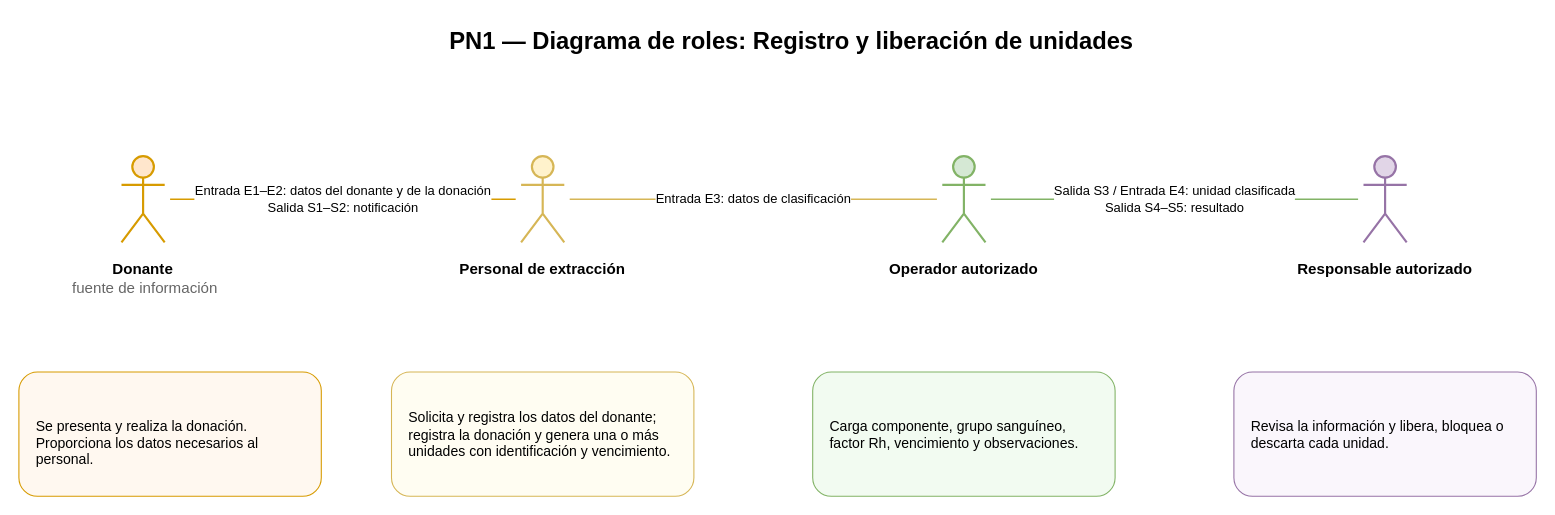
Before: Diagramas/Secuencia de Roles/PN1_DiagramaRoles.drawio in juanNH/Ingenieria-de-Software, a draw.io diagram. Source tidied: cells renumbered, new cells numbered last; positions are measured from the earlier drawing's top-left corner, leaving out a move shared by most shapes. Both pictures are drawn from the tidied source at 108%, with x=0, y=0 at pixel (18, 18).
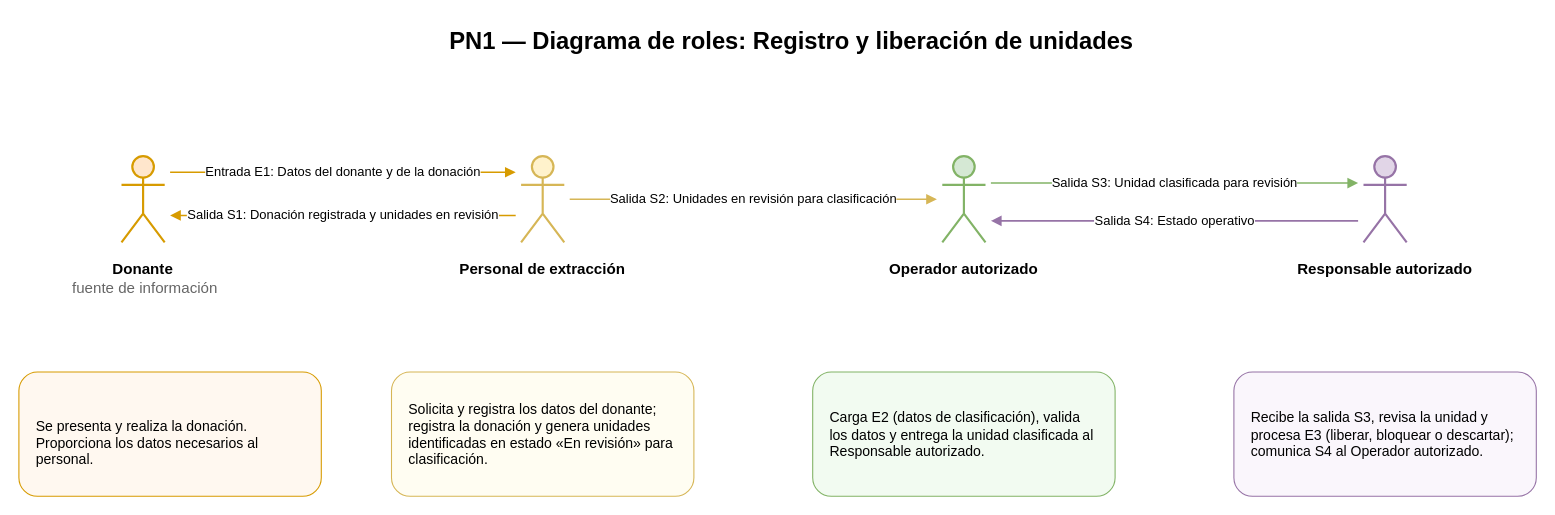
The same page after the edit.

What changed in the source:
```diff
@@
-    <mxCell id="11" value="Entrada E1–E2: datos del donante y de la donación&lt;br&gt;Salida S1–S2: notificación" style="edgeStyle=orthogonalEdgeStyle;rounded=0;html=1;endArrow=none;strokeColor=#d79b00;strokeWidth=1.5;fontSize=12;fontFamily=Arial;labelBackgroundColor=#ffffff;" parent="1" edge="1">
-      <mxGeometry relative="1" as="geometry">
-        <mxPoint x="140" y="167" as="sourcePoint" />
-        <mxPoint x="460" y="167" as="targetPoint" />
-      </mxGeometry>
-    </mxCell>
-    <mxCell id="12" value="Entrada E3: datos de clasificación" style="edgeStyle=orthogonalEdgeStyle;rounded=0;html=1;endArrow=none;strokeColor=#d6b656;strokeWidth=1.5;fontSize=12;fontFamily=Arial;labelBackgroundColor=#ffffff;" parent="1" edge="1">
-      <mxGeometry relative="1" as="geometry">
-        <mxPoint x="510" y="167" as="sourcePoint" />
-        <mxPoint x="850" y="167" as="targetPoint" />
-      </mxGeometry>
-    </mxCell>
-    <mxCell id="13" value="Salida S3 / Entrada E4: unidad clasificada&lt;br&gt;Salida S4–S5: resultado" style="edgeStyle=orthogonalEdgeStyle;rounded=0;html=1;endArrow=none;strokeColor=#82b366;strokeWidth=1.5;fontSize=12;fontFamily=Arial;labelBackgroundColor=#ffffff;" parent="1" edge="1">
-      <mxGeometry relative="1" as="geometry">
-        <mxPoint x="900" y="167" as="sourcePoint" />
-        <mxPoint x="1240" y="167" as="targetPoint" />
-      </mxGeometry>
-    </mxCell>
+    <mxCell id="18" value="Entrada E1: Datos del donante y de la donación" style="edgeStyle=orthogonalEdgeStyle;rounded=0;html=1;endArrow=block;endFill=1;strokeColor=#d79b00;strokeWidth=1.5;fontSize=12;fontFamily=Arial;labelBackgroundColor=#ffffff;" parent="1" edge="1">
+      <mxGeometry relative="1" as="geometry">
+        <mxPoint x="140" y="142" as="sourcePoint" />
+        <mxPoint x="460" y="142" as="targetPoint" />
+      </mxGeometry>
+    </mxCell>
+    <mxCell id="19" value="Salida S1: Donación registrada y unidades en revisión" style="edgeStyle=orthogonalEdgeStyle;rounded=0;html=1;endArrow=block;endFill=1;strokeColor=#d79b00;strokeWidth=1.5;fontSize=12;fontFamily=Arial;labelBackgroundColor=#ffffff;" parent="1" edge="1">
+      <mxGeometry relative="1" as="geometry">
+        <mxPoint x="460" y="182" as="sourcePoint" />
+        <mxPoint x="140" y="182" as="targetPoint" />
+      </mxGeometry>
+    </mxCell>
+    <mxCell id="20" value="Salida S2: Unidades en revisión para clasificación" style="edgeStyle=orthogonalEdgeStyle;rounded=0;html=1;endArrow=block;endFill=1;strokeColor=#d6b656;strokeWidth=1.5;fontSize=12;fontFamily=Arial;labelBackgroundColor=#ffffff;" parent="1" edge="1">
+      <mxGeometry relative="1" as="geometry">
+        <mxPoint x="510" y="167" as="sourcePoint" />
+        <mxPoint x="850" y="167" as="targetPoint" />
+      </mxGeometry>
+    </mxCell>
+    <mxCell id="21" value="Salida S3: Unidad clasificada para revisión" style="edgeStyle=orthogonalEdgeStyle;rounded=0;html=1;endArrow=block;endFill=1;strokeColor=#82b366;strokeWidth=1.5;fontSize=12;fontFamily=Arial;labelBackgroundColor=#ffffff;" parent="1" edge="1">
+      <mxGeometry relative="1" as="geometry">
+        <mxPoint x="900" y="152" as="sourcePoint" />
+        <mxPoint x="1240" y="152" as="targetPoint" />
+      </mxGeometry>
+    </mxCell>
+    <mxCell id="22" value="Salida S4: Estado operativo" style="edgeStyle=orthogonalEdgeStyle;rounded=0;html=1;endArrow=block;endFill=1;strokeColor=#9673a6;strokeWidth=1.5;fontSize=12;fontFamily=Arial;labelBackgroundColor=#ffffff;" parent="1" edge="1">
+      <mxGeometry relative="1" as="geometry">
+        <mxPoint x="1240" y="187" as="sourcePoint" />
+        <mxPoint x="900" y="187" as="targetPoint" />
+      </mxGeometry>
+    </mxCell>
@@
-    <mxCell id="15" value="Solicita y registra los datos del donante; registra la donación y genera una o más unidades con identificación y vencimiento." style="rounded=1;whiteSpace=wrap;html=1;fillColor=#fffdf2;strokeColor=#d6b656;fontSize=13;fontFamily=Arial;align=left;verticalAlign=middle;spacingLeft=14;spacingRight=14;" parent="1" vertex="1">
+    <mxCell id="15" value="Solicita y registra los datos del donante; registra la donación y genera unidades identificadas en estado «En revisión» para clasificación." style="rounded=1;whiteSpace=wrap;html=1;fillColor=#fffdf2;strokeColor=#d6b656;fontSize=13;fontFamily=Arial;align=left;verticalAlign=middle;spacingLeft=14;spacingRight=14;" parent="1" vertex="1">
       <mxGeometry x="345" y="327" width="280" height="115" as="geometry" />
     </mxCell>
-    <mxCell id="16" value="Carga componente, grupo sanguíneo, factor Rh, vencimiento y observaciones." style="rounded=1;whiteSpace=wrap;html=1;fillColor=#f2fbf1;strokeColor=#82b366;fontSize=13;fontFamily=Arial;align=left;verticalAlign=middle;spacingLeft=14;spacingRight=14;" parent="1" vertex="1">
+    <mxCell id="16" value="Carga E2 (datos de clasificación), valida los datos y entrega la unidad clasificada al Responsable autorizado." style="rounded=1;whiteSpace=wrap;html=1;fillColor=#f2fbf1;strokeColor=#82b366;fontSize=13;fontFamily=Arial;align=left;verticalAlign=middle;spacingLeft=14;spacingRight=14;" parent="1" vertex="1">
       <mxGeometry x="735" y="327" width="280" height="115" as="geometry" />
     </mxCell>
-    <mxCell id="17" value="Revisa la información y libera, bloquea o descarta cada unidad." style="rounded=1;whiteSpace=wrap;html=1;fillColor=#faf6fc;strokeColor=#9673a6;fontSize=13;fontFamily=Arial;align=left;verticalAlign=middle;spacingLeft=14;spacingRight=14;" parent="1" vertex="1">
+    <mxCell id="17" value="Recibe la salida S3, revisa la unidad y procesa E3 (liberar, bloquear o descartar); comunica S4 al Operador autorizado." style="rounded=1;whiteSpace=wrap;html=1;fillColor=#faf6fc;strokeColor=#9673a6;fontSize=13;fontFamily=Arial;align=left;verticalAlign=middle;spacingLeft=14;spacingRight=14;" parent="1" vertex="1">
       <mxGeometry x="1125" y="327" width="280" height="115" as="geometry" />
     </mxCell>
```
